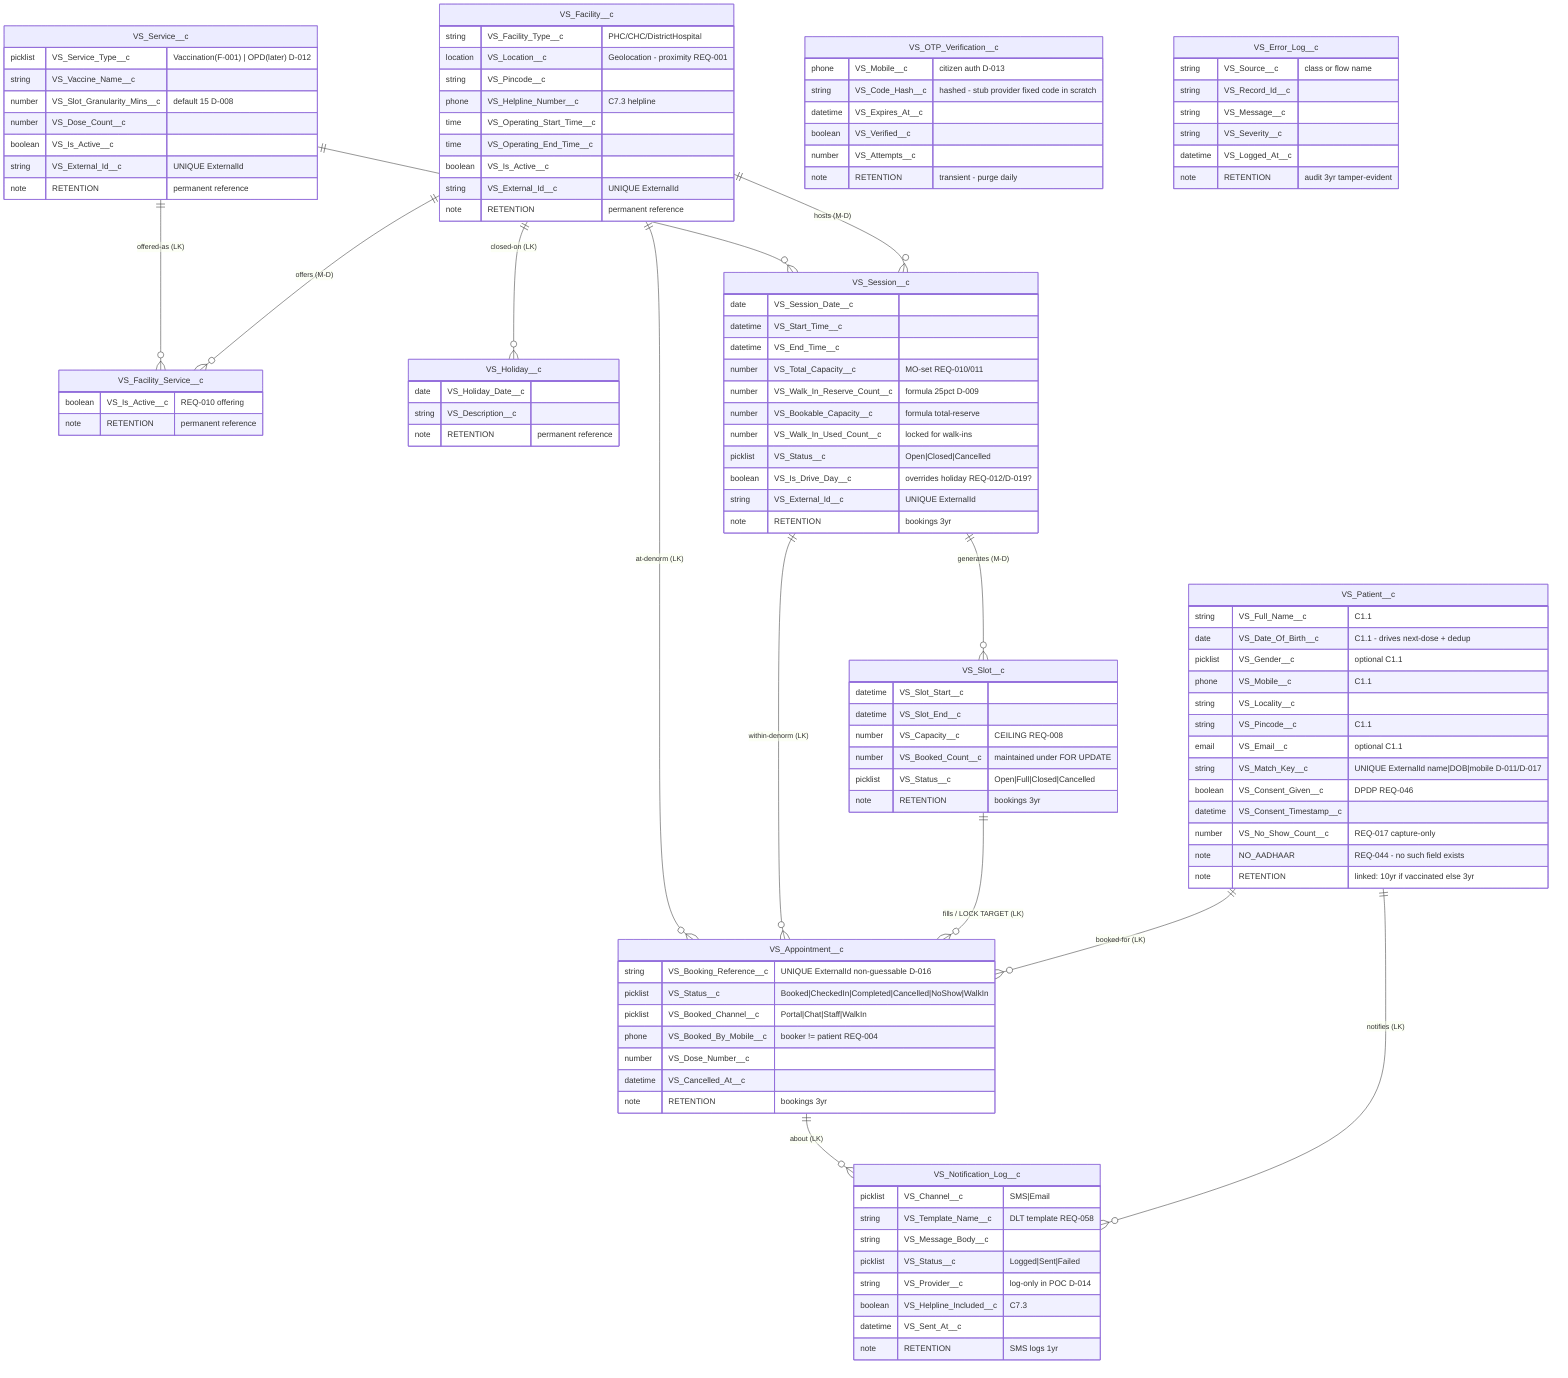
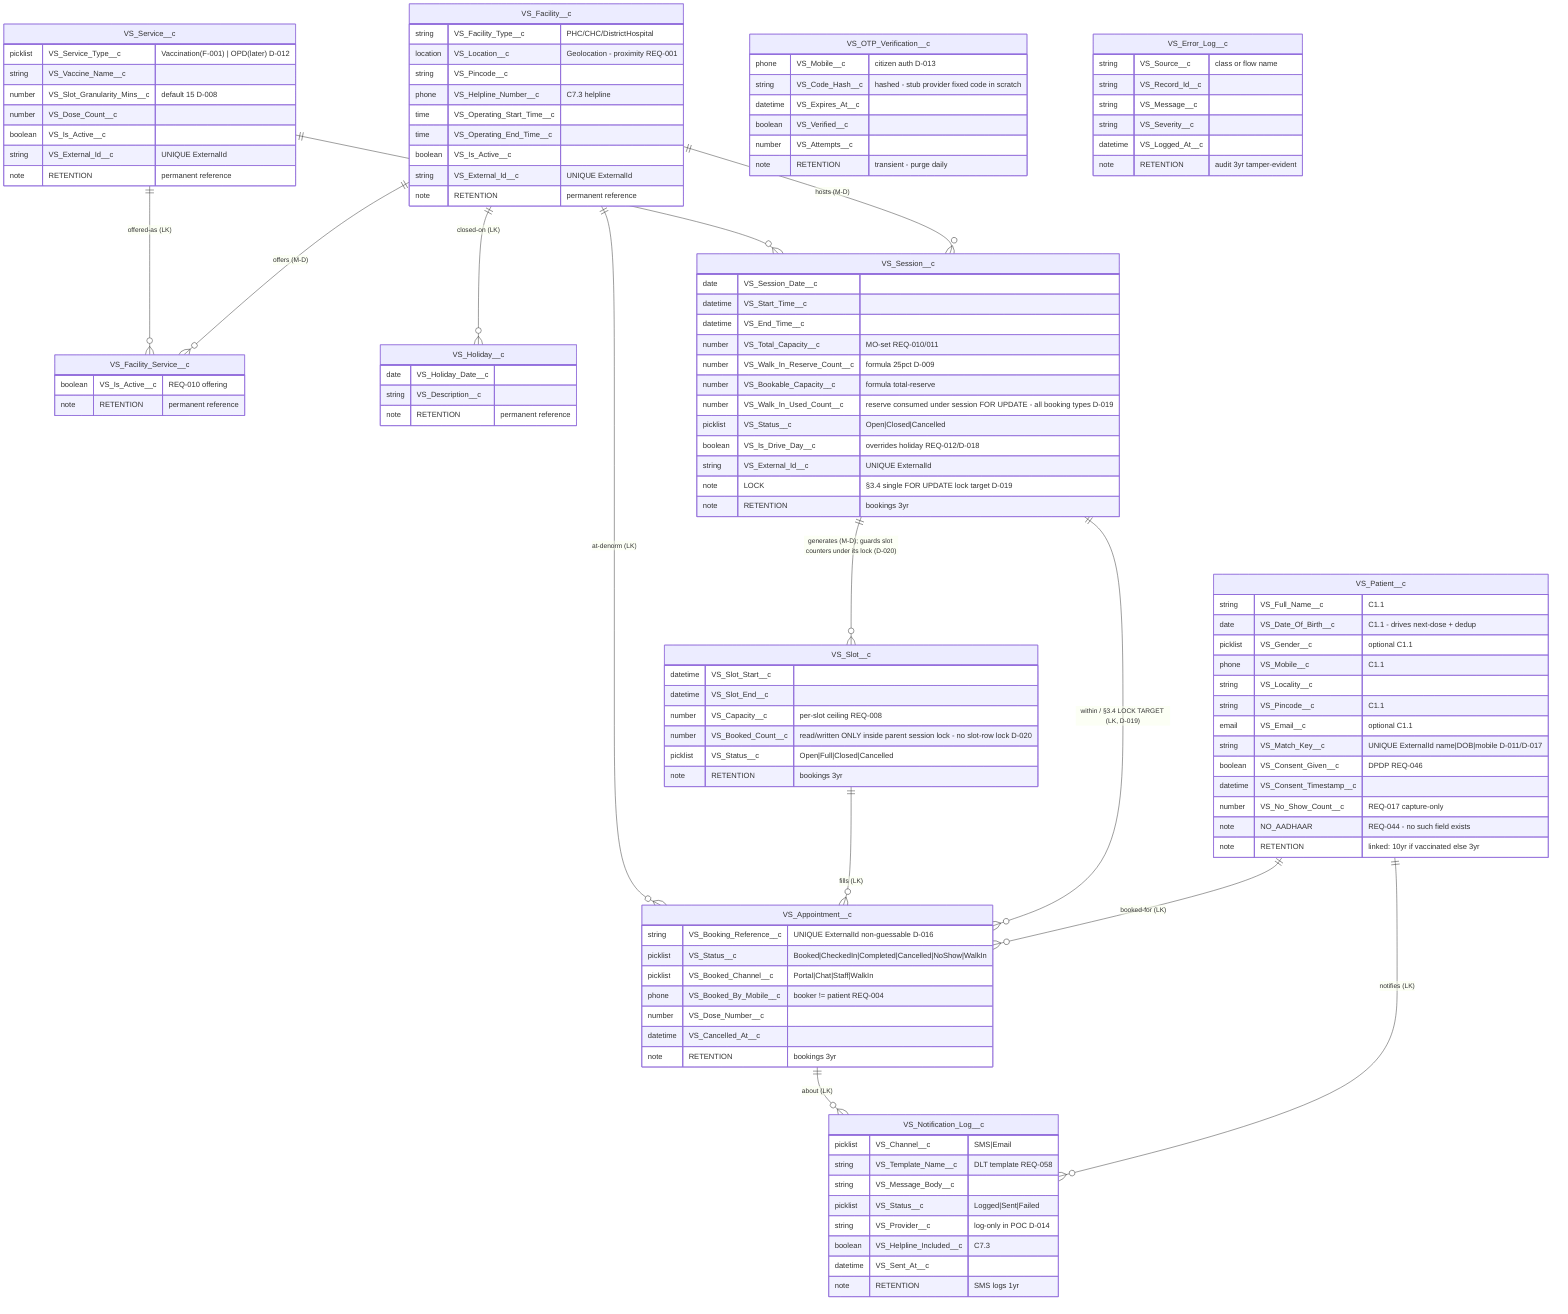
%% Feature: F-001 slot-booking-core
%% Producing agent: architect (ARCH_DESIGN)
%% Date: 2026-07-11
- %% Derives from: technical-design.md; D-005..D-017; REQ-001..062
+ %% Derives from: technical-design.md; D-005..D-020 (D-019 SUPERSEDES D-015); REQ-001..062
%% NO AADHAAR anywhere (REQ-044 / Annexure C1.2). Retention class (C4) noted per entity.
%% Cardinality verbs read parent -> child. M-D = master-detail, LK = lookup.
+ %% §3.4 LOCK TARGET = VS_Session__c row (single FOR UPDATE lock for ALL booking types, D-019).

erDiagram

    %% ---------- Reference / configuration data (retention: permanent reference) ----------
    VS_Facility__c ||--o{ VS_Facility_Service__c : "offers (M-D)"
    VS_Service__c  ||--o{ VS_Facility_Service__c : "offered-as (LK)"
    VS_Facility__c ||--o{ VS_Holiday__c          : "closed-on (LK)"

-     %% ---------- Capacity model: Session is the atomic capacity unit (D-007) ----------
+     %% ---------- Capacity model: Session is the atomic capacity unit (D-007) + §3.4 lock (D-019) ----------
    VS_Facility__c ||--o{ VS_Session__c : "hosts (M-D)"
    VS_Service__c  ||--o{ VS_Session__c : "for-service (LK)"
-     VS_Session__c  ||--o{ VS_Slot__c    : "generates (M-D)"
+     VS_Session__c  ||--o{ VS_Slot__c    : "generates (M-D); guards slot counters under its lock (D-020)"

    %% ---------- Person + booking (retention: patient linked; appointment 3yr) ----------
    VS_Patient__c ||--o{ VS_Appointment__c : "booked-for (LK)"
-     VS_Slot__c    ||--o{ VS_Appointment__c : "fills / LOCK TARGET (LK)"
-     VS_Session__c ||--o{ VS_Appointment__c : "within-denorm (LK)"
+     VS_Session__c ||--o{ VS_Appointment__c : "within / §3.4 LOCK TARGET (LK, D-019)"
+     VS_Slot__c    ||--o{ VS_Appointment__c : "fills (LK)"
    VS_Facility__c||--o{ VS_Appointment__c : "at-denorm (LK)"

    %% ---------- Notification seam (retention: 1yr) + OTP (transient) + errors (3yr) ----------
    VS_Patient__c     ||--o{ VS_Notification_Log__c : "notifies (LK)"
    VS_Appointment__c ||--o{ VS_Notification_Log__c : "about (LK)"

    VS_Facility__c {
        string  VS_Facility_Type__c "PHC/CHC/DistrictHospital"
        location VS_Location__c "Geolocation - proximity REQ-001"
        string  VS_Pincode__c
        phone   VS_Helpline_Number__c "C7.3 helpline"
        time    VS_Operating_Start_Time__c
        time    VS_Operating_End_Time__c
        boolean VS_Is_Active__c
        string  VS_External_Id__c "UNIQUE ExternalId"
        note    RETENTION "permanent reference"
    }

    VS_Service__c {
        picklist VS_Service_Type__c "Vaccination(F-001) | OPD(later) D-012"
        string   VS_Vaccine_Name__c
        number   VS_Slot_Granularity_Mins__c "default 15 D-008"
        number   VS_Dose_Count__c
        boolean  VS_Is_Active__c
        string   VS_External_Id__c "UNIQUE ExternalId"
        note     RETENTION "permanent reference"
    }

    VS_Facility_Service__c {
        boolean VS_Is_Active__c "REQ-010 offering"
        note    RETENTION "permanent reference"
    }

    VS_Holiday__c {
        date    VS_Holiday_Date__c
        string  VS_Description__c
        note    RETENTION "permanent reference"
    }

    VS_Session__c {
        date     VS_Session_Date__c
        datetime VS_Start_Time__c
        datetime VS_End_Time__c
        number   VS_Total_Capacity__c "MO-set REQ-010/011"
        number   VS_Walk_In_Reserve_Count__c "formula 25pct D-009"
        number   VS_Bookable_Capacity__c "formula total-reserve"
-         number   VS_Walk_In_Used_Count__c "locked for walk-ins"
+         number   VS_Walk_In_Used_Count__c "reserve consumed under session FOR UPDATE - all booking types D-019"
        picklist VS_Status__c "Open|Closed|Cancelled"
-         boolean  VS_Is_Drive_Day__c "overrides holiday REQ-012/D-019?"
+         boolean  VS_Is_Drive_Day__c "overrides holiday REQ-012/D-018"
        string   VS_External_Id__c "UNIQUE ExternalId"
+         note     LOCK "§3.4 single FOR UPDATE lock target D-019"
        note     RETENTION "bookings 3yr"
    }

    VS_Slot__c {
        datetime VS_Slot_Start__c
        datetime VS_Slot_End__c
-         number   VS_Capacity__c "CEILING REQ-008"
-         number   VS_Booked_Count__c "maintained under FOR UPDATE"
+         number   VS_Capacity__c "per-slot ceiling REQ-008"
+         number   VS_Booked_Count__c "read/written ONLY inside parent session lock - no slot-row lock D-020"
        picklist VS_Status__c "Open|Full|Closed|Cancelled"
        note     RETENTION "bookings 3yr"
    }

    VS_Patient__c {
        string   VS_Full_Name__c "C1.1"
        date     VS_Date_Of_Birth__c "C1.1 - drives next-dose + dedup"
        picklist VS_Gender__c "optional C1.1"
        phone    VS_Mobile__c "C1.1"
        string   VS_Locality__c
        string   VS_Pincode__c "C1.1"
        email    VS_Email__c "optional C1.1"
        string   VS_Match_Key__c "UNIQUE ExternalId name|DOB|mobile D-011/D-017"
        boolean  VS_Consent_Given__c "DPDP REQ-046"
        datetime VS_Consent_Timestamp__c
        number   VS_No_Show_Count__c "REQ-017 capture-only"
        note     NO_AADHAAR "REQ-044 - no such field exists"
        note     RETENTION "linked: 10yr if vaccinated else 3yr"
    }

    VS_Appointment__c {
        string   VS_Booking_Reference__c "UNIQUE ExternalId non-guessable D-016"
        picklist VS_Status__c "Booked|CheckedIn|Completed|Cancelled|NoShow|WalkIn"
        picklist VS_Booked_Channel__c "Portal|Chat|Staff|WalkIn"
        phone    VS_Booked_By_Mobile__c "booker != patient REQ-004"
        number   VS_Dose_Number__c
        datetime VS_Cancelled_At__c
        note     RETENTION "bookings 3yr"
    }

    VS_Notification_Log__c {
        picklist VS_Channel__c "SMS|Email"
        string   VS_Template_Name__c "DLT template REQ-058"
        string   VS_Message_Body__c
        picklist VS_Status__c "Logged|Sent|Failed"
        string   VS_Provider__c "log-only in POC D-014"
        boolean  VS_Helpline_Included__c "C7.3"
        datetime VS_Sent_At__c
        note     RETENTION "SMS logs 1yr"
    }

    VS_OTP_Verification__c {
        phone    VS_Mobile__c "citizen auth D-013"
        string   VS_Code_Hash__c "hashed - stub provider fixed code in scratch"
        datetime VS_Expires_At__c
        boolean  VS_Verified__c
        number   VS_Attempts__c
        note     RETENTION "transient - purge daily"
    }

    VS_Error_Log__c {
        string   VS_Source__c "class or flow name"
        string   VS_Record_Id__c
        string   VS_Message__c
        string   VS_Severity__c
        datetime VS_Logged_At__c
        note     RETENTION "audit 3yr tamper-evident"
    }

    %% ================= DEFERRED - designed, NOT built in F-001 (non-preclusion) =================
    %% VS_Vaccination_Event__c  LK Patient, LK Appointment, LK Vial -> REQ-020/021/024  (retention >=10yr)
    %% VS_Vial__c / VS_Stock__c  LK Facility, LK Service            -> REQ-021/022/023  (reference/ops)
    %% VS_Certificate__c         LK Vaccination_Event, non-guessable VS_Certificate_Id__c -> REQ-029/030/031
